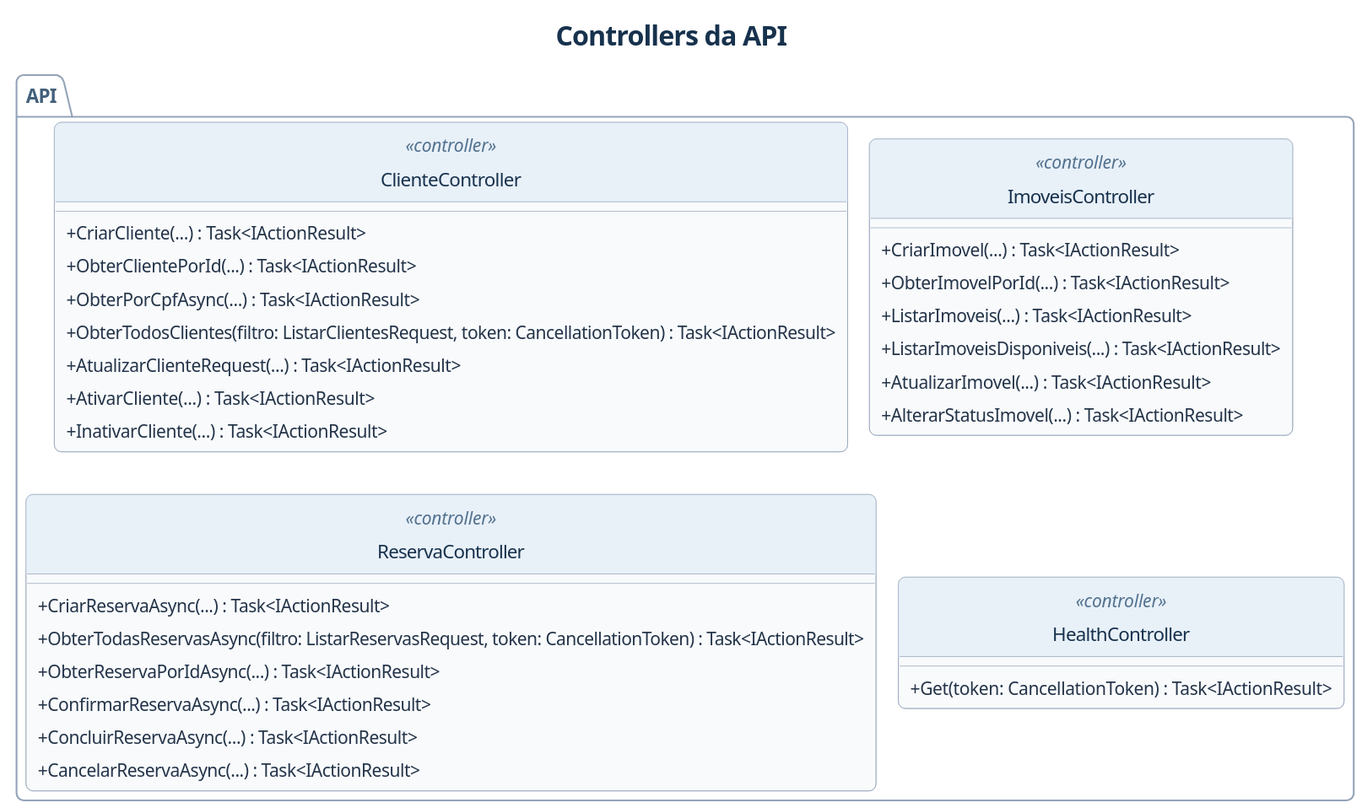
The PlantUML diagram docs/uml/imagens/13-classes-api.svg in MurilloKelvin/API-Locacao-de-imoveis, before a commit.
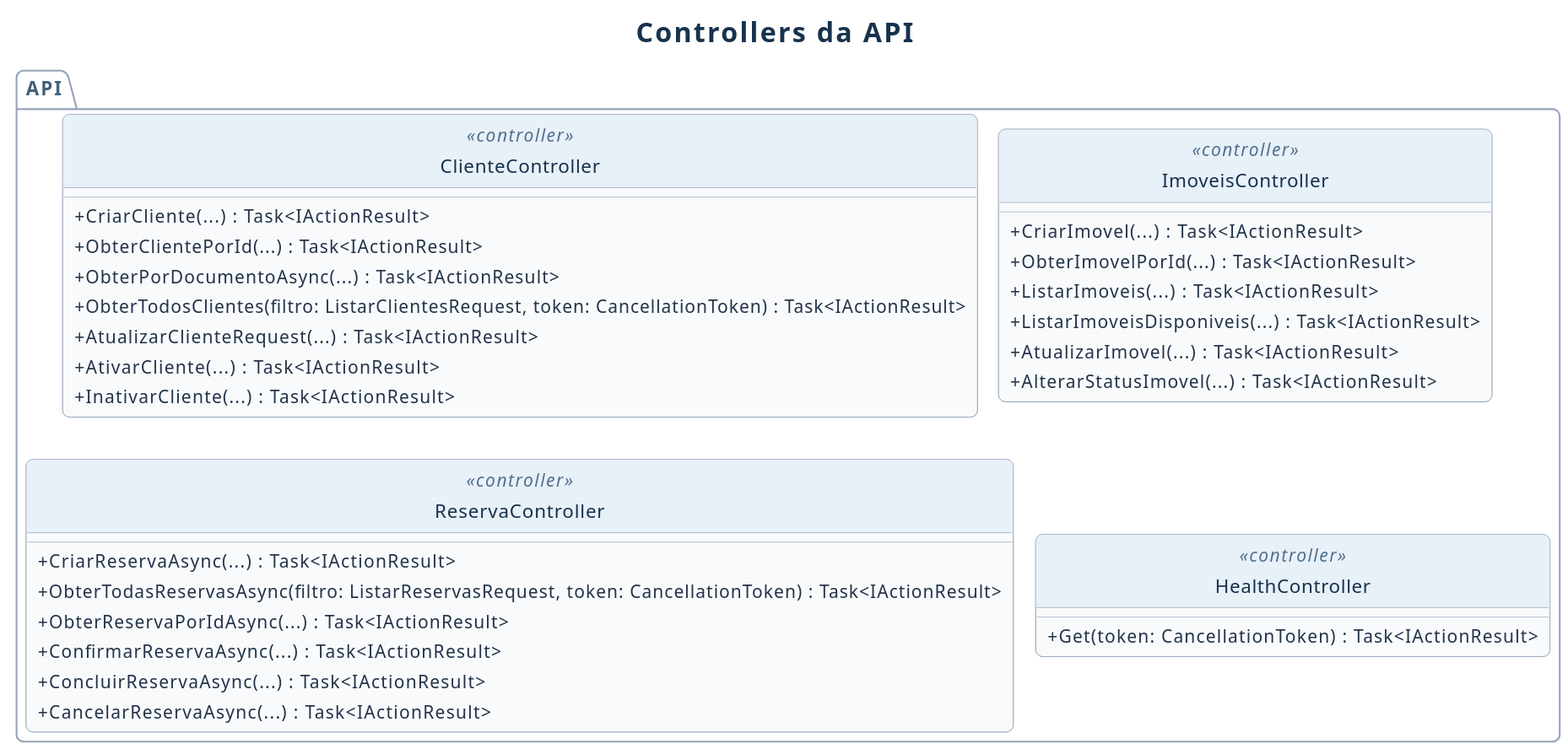
The same file after the commit.

What changed in the source:
```diff
@@ -6,7 +6,7 @@
  class ClienteController <<controller>> {
   +CriarCliente(...) : Task<IActionResult>
   +ObterClientePorId(...) : Task<IActionResult>
-  +ObterPorCpfAsync(...) : Task<IActionResult>
+  +ObterPorDocumentoAsync(...) : Task<IActionResult>
   +ObterTodosClientes(filtro: ListarClientesRequest, token: CancellationToken) : Task<IActionResult>
   +AtualizarClienteRequest(...) : Task<IActionResult>
   +AtivarCliente(...) : Task<IActionResult>
```
